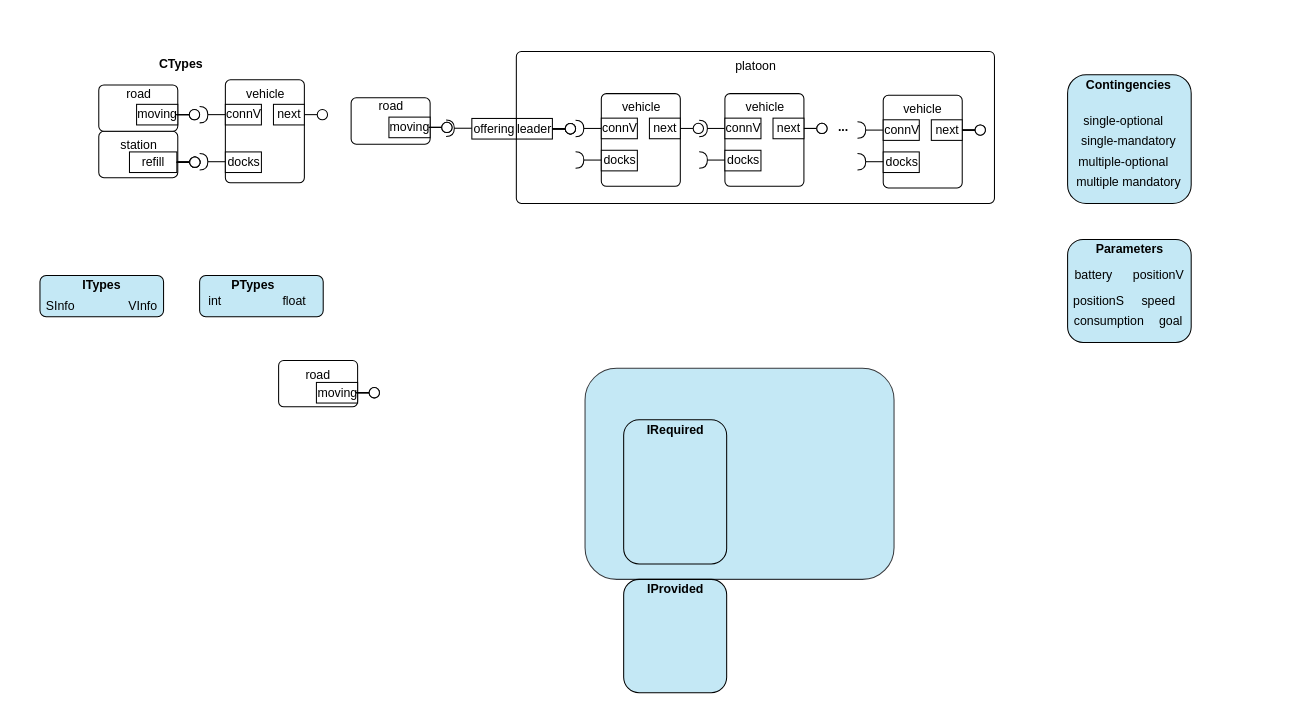
Before: rel.drawio in jpgros/site-web, a draw.io diagram. Source tidied: cells renumbered, new cells numbered last; positions are measured from the earlier drawing's top-left corner, leaving out a move shared by most shapes. Both pictures are drawn from the tidied source at 103%, with x=0, y=0 at pixel (39, 50).
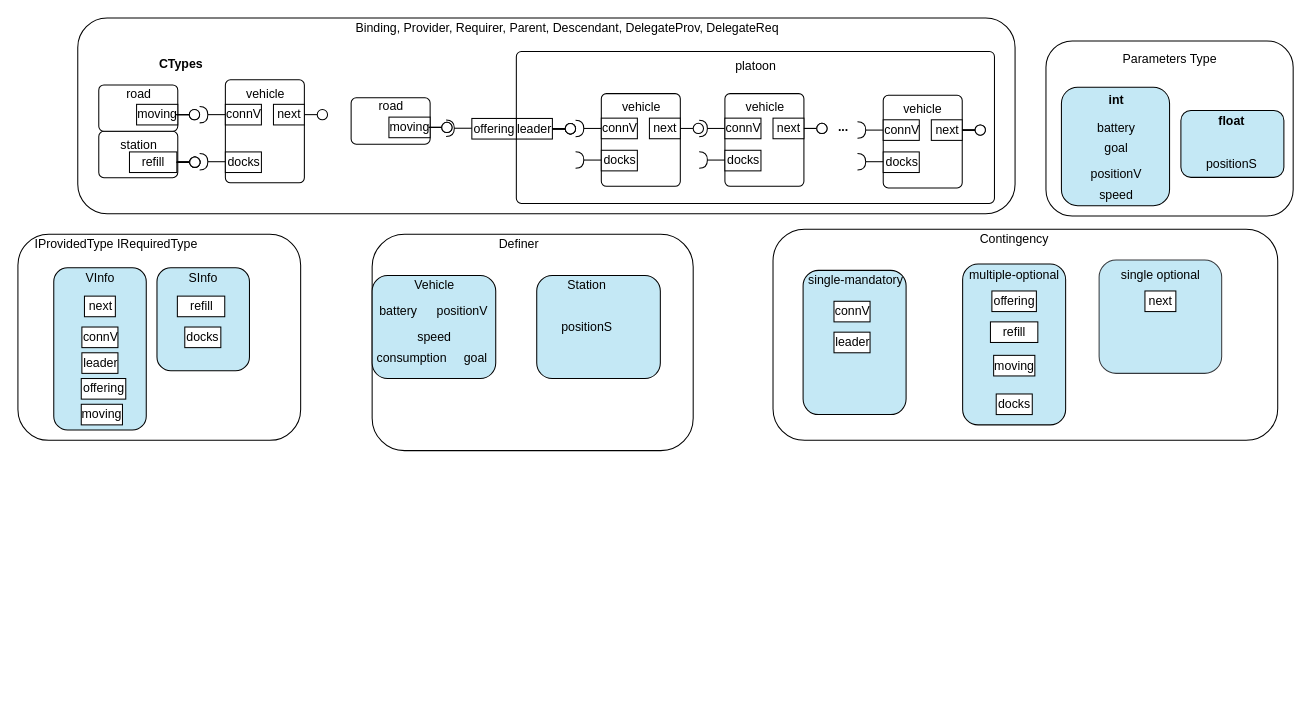
The same page after the edit.

What changed in the source:
```diff
@@
+    <mxCell id="127" style="rounded=1;whiteSpace=wrap;html=1;" parent="1" vertex="1">
+      <mxGeometry x="37" y="-32" width="910" height="190" as="geometry" />
+    </mxCell>
+    <mxCell id="128" style="rounded=1;whiteSpace=wrap;html=1;" parent="1" vertex="1">
+      <mxGeometry x="977" y="-9.8" width="240" height="170" as="geometry" />
+    </mxCell>
+    <mxCell id="129" style="rounded=1;whiteSpace=wrap;html=1;" parent="1" vertex="1">
+      <mxGeometry x="322.8" y="178" width="311.7" height="210" as="geometry" />
+    </mxCell>
+    <mxCell id="130" style="rounded=1;whiteSpace=wrap;html=1;" parent="1" vertex="1">
+      <mxGeometry x="712" y="173" width="490" height="205" as="geometry" />
+    </mxCell>
@@
     <mxCell id="6" style="rounded=1;whiteSpace=wrap;html=1;fillColor=#C4E8F5;" parent="1" vertex="1">
-      <mxGeometry x="155.3" y="218" width="120" height="40" as="geometry" />
+      <mxGeometry x="992" y="35.2" width="105" height="115" as="geometry" />
     </mxCell>
-    <mxCell id="7" style="rounded=1;whiteSpace=wrap;html=1;fillColor=#C4E8F5;" parent="1" vertex="1">
-      <mxGeometry x="0.3" y="218" width="120" height="40" as="geometry" />
-    </mxCell>
     <mxCell id="8" style="rounded=1;whiteSpace=wrap;html=1;fillColor=#C4E8F5;" parent="1" vertex="1">
-      <mxGeometry x="998" y="183" width="120" height="100" as="geometry" />
+      <mxGeometry x="322.8" y="218" width="120" height="100" as="geometry" />
     </mxCell>
-    <mxCell id="9" style="rounded=1;whiteSpace=wrap;html=1;fillColor=#C4E8F5;" parent="1" vertex="1">
-      <mxGeometry x="998" y="23" width="120" height="125" as="geometry" />
-    </mxCell>
     <mxCell id="10" style="rounded=1;whiteSpace=wrap;html=1;strokeColor=#36393d;fillColor=#C4E8F5;" parent="1" vertex="1">
-      <mxGeometry x="529.5" y="308" width="300" height="205" as="geometry" />
+      <mxGeometry x="1028.6" y="203" width="119" height="110" as="geometry" />
     </mxCell>
@@
-    <mxCell id="55" value="single-optional" style="text;html=1;align=center;verticalAlign=middle;" parent="1" vertex="1">
-      <mxGeometry x="1007" y="58" width="90" height="20" as="geometry" />
-    </mxCell>
-    <mxCell id="56" value="single-mandatory" style="text;html=1;align=center;verticalAlign=middle;" parent="1" vertex="1">
-      <mxGeometry x="1002" y="78" width="110" height="20" as="geometry" />
-    </mxCell>
-    <mxCell id="57" value="multiple-optional" style="text;html=1;align=center;verticalAlign=middle;" parent="1" vertex="1">
-      <mxGeometry x="1002" y="98" width="100" height="20" as="geometry" />
-    </mxCell>
-    <mxCell id="58" value="multiple mandatory" style="text;html=1;align=center;verticalAlign=middle;" parent="1" vertex="1">
-      <mxGeometry x="997" y="118" width="120" height="20" as="geometry" />
-    </mxCell>
-    <mxCell id="59" value="VInfo" style="text;html=1;align=center;verticalAlign=middle;" parent="1" vertex="1">
-      <mxGeometry x="80.3" y="238" width="40" height="20" as="geometry" />
-    </mxCell>
-    <mxCell id="60" value="SInfo" style="text;html=1;align=center;verticalAlign=middle;" parent="1" vertex="1">
-      <mxGeometry x="0.3" y="238" width="40" height="20" as="geometry" />
-    </mxCell>
-    <mxCell id="61" value="int" style="text;html=1;align=center;verticalAlign=middle;" parent="1" vertex="1">
-      <mxGeometry x="155.3" y="233" width="30" height="20" as="geometry" />
+    <mxCell id="61" value="&lt;b&gt;int&lt;/b&gt;" style="text;html=1;align=center;verticalAlign=middle;" parent="1" vertex="1">
+      <mxGeometry x="1029.5" y="37.7" width="30" height="20" as="geometry" />
     </mxCell>
-    <mxCell id="62" value="float" style="text;html=1;align=center;verticalAlign=middle;" parent="1" vertex="1">
-      <mxGeometry x="227" y="233" width="40" height="20" as="geometry" />
-    </mxCell>
     <mxCell id="63" value="battery" style="text;html=1;align=center;verticalAlign=middle;" parent="1" vertex="1">
-      <mxGeometry x="998" y="208" width="50" height="20" as="geometry" />
+      <mxGeometry x="322.8" y="243" width="50" height="20" as="geometry" />
     </mxCell>
-    <mxCell id="64" value="positionS" style="text;html=1;align=center;verticalAlign=middle;" parent="1" vertex="1">
-      <mxGeometry x="998" y="233" width="60" height="20" as="geometry" />
-    </mxCell>
     <mxCell id="65" value="positionV" style="text;html=1;align=center;verticalAlign=middle;" parent="1" vertex="1">
-      <mxGeometry x="1056" y="208" width="60" height="20" as="geometry" />
+      <mxGeometry x="1014.5" y="110.2" width="60" height="20" as="geometry" />
     </mxCell>
     <mxCell id="66" value="speed" style="text;html=1;align=center;verticalAlign=middle;" parent="1" vertex="1">
-      <mxGeometry x="1061" y="233" width="50" height="20" as="geometry" />
+      <mxGeometry x="357.8" y="268" width="50" height="20" as="geometry" />
     </mxCell>
     <mxCell id="67" value="goal" style="text;html=1;align=center;verticalAlign=middle;" parent="1" vertex="1">
-      <mxGeometry x="1078" y="253" width="40" height="20" as="geometry" />
+      <mxGeometry x="402.8" y="288" width="40" height="20" as="geometry" />
     </mxCell>
     <mxCell id="68" value="consumption" style="text;html=1;align=center;verticalAlign=middle;" parent="1" vertex="1">
-      <mxGeometry x="998" y="253" width="80" height="20" as="geometry" />
+      <mxGeometry x="320.9" y="288" width="80" height="20" as="geometry" />
     </mxCell>
@@
-    <mxCell id="70" value="&lt;b&gt;Contingencies&lt;/b&gt;" style="text;html=1;align=center;verticalAlign=middle;" parent="1" vertex="1">
-      <mxGeometry x="1007" y="23" width="100" height="20" as="geometry" />
-    </mxCell>
-    <mxCell id="71" value="&lt;b&gt;Parameters&lt;/b&gt;" style="text;html=1;align=center;verticalAlign=middle;" parent="1" vertex="1">
-      <mxGeometry x="1018" y="183" width="80" height="20" as="geometry" />
+    <mxCell id="71" value="Vehicle" style="text;html=1;align=center;verticalAlign=middle;" parent="1" vertex="1">
+      <mxGeometry x="357.8" y="218" width="50" height="20" as="geometry" />
     </mxCell>
-    <mxCell id="72" value="&lt;b&gt;ITypes&lt;/b&gt;" style="text;html=1;align=center;verticalAlign=middle;" parent="1" vertex="1">
-      <mxGeometry x="35.3" y="218" width="50" height="20" as="geometry" />
-    </mxCell>
-    <mxCell id="73" value="&lt;b&gt;PTypes&lt;/b&gt;" style="text;html=1;align=center;verticalAlign=middle;" parent="1" vertex="1">
-      <mxGeometry x="177" y="218" width="60" height="20" as="geometry" />
-    </mxCell>
     <mxCell id="74" style="rounded=1;whiteSpace=wrap;html=1;fillColor=#C4E8F5;" parent="1" vertex="1">
-      <mxGeometry x="567" y="513" width="100" height="110" as="geometry" />
+      <mxGeometry x="896.1" y="206.8" width="100" height="156.2" as="geometry" />
     </mxCell>
     <mxCell id="75" style="rounded=1;whiteSpace=wrap;html=1;fillColor=#C4E8F5;" parent="1" vertex="1">
-      <mxGeometry x="567" y="358" width="100" height="140" as="geometry" />
+      <mxGeometry x="741.2" y="213" width="100" height="140" as="geometry" />
     </mxCell>
-    <mxCell id="76" value="&lt;b&gt;IRequired&lt;/b&gt;" style="text;html=1;align=center;verticalAlign=middle;" parent="1" vertex="1">
-      <mxGeometry x="582" y="358" width="70" height="20" as="geometry" />
+    <mxCell id="76" value="single-mandatory" style="text;html=1;align=center;verticalAlign=middle;" parent="1" vertex="1">
+      <mxGeometry x="737" y="213" width="110" height="20" as="geometry" />
     </mxCell>
-    <mxCell id="77" value="&lt;b&gt;IProvided&lt;/b&gt;" style="text;html=1;align=center;verticalAlign=middle;" parent="1" vertex="1">
-      <mxGeometry x="582" y="513" width="70" height="20" as="geometry" />
+    <mxCell id="77" value="multiple-optional" style="text;html=1;align=center;verticalAlign=middle;" parent="1" vertex="1">
+      <mxGeometry x="896.2" y="208" width="100" height="20" as="geometry" />
     </mxCell>
-    <mxCell id="78" value="road" style="html=1;align=center;verticalAlign=top;rounded=1;absoluteArcSize=1;arcSize=10;dashed=0;" parent="1" vertex="1">
-      <mxGeometry x="232" y="300.5" width="76.7" height="45" as="geometry" />
-    </mxCell>
@@
-    <mxCell id="83" value="moving" style="html=1;" parent="1" vertex="1">
-      <mxGeometry x="268.7" y="321.8" width="40" height="20" as="geometry" />
-    </mxCell>
@@
-    <mxCell id="86" style="rounded=0;jettySize=auto;html=1;endArrow=none;endFill=0;exitX=1;exitY=0.5;exitDx=0;exitDy=0;" parent="1" edge="1" target="87">
-      <mxGeometry relative="1" as="geometry">
-        <mxPoint x="307.4" y="331.8" as="sourcePoint" />
-      </mxGeometry>
-    </mxCell>
-    <mxCell id="87" style="ellipse;whiteSpace=wrap;html=1;fontFamily=Helvetica;fontSize=12;fontColor=#000000;align=center;strokeColor=#000000;fillColor=#ffffff;points=[];" parent="1" vertex="1">
-      <mxGeometry x="319.9" y="326.8" width="10" height="10" as="geometry" />
-    </mxCell>
-    <mxCell id="88" style="rounded=0;orthogonalLoop=1;jettySize=auto;html=1;endArrow=none;endFill=0;exitX=1;exitY=0.5;exitDx=0;exitDy=0;" parent="1" edge="1">
-      <mxGeometry relative="1" as="geometry">
-        <mxPoint x="307.4" y="331.8" as="sourcePoint" />
-        <mxPoint x="319.9" y="331.8" as="targetPoint" />
-      </mxGeometry>
-    </mxCell>
-    <mxCell id="89" style="rounded=0;jettySize=auto;html=1;endArrow=none;endFill=0;exitX=1;exitY=0.5;exitDx=0;exitDy=0;" parent="1" edge="1" target="90">
-      <mxGeometry relative="1" as="geometry">
-        <mxPoint x="307.4" y="331.8" as="sourcePoint" />
-      </mxGeometry>
-    </mxCell>
-    <mxCell id="90" style="ellipse;whiteSpace=wrap;html=1;fontFamily=Helvetica;fontSize=12;fontColor=#000000;align=center;strokeColor=#000000;fillColor=#ffffff;points=[];" parent="1" vertex="1">
-      <mxGeometry x="319.9" y="326.8" width="10" height="10" as="geometry" />
-    </mxCell>
-    <mxCell id="91" style="rounded=0;orthogonalLoop=1;jettySize=auto;html=1;endArrow=none;endFill=0;exitX=1;exitY=0.5;exitDx=0;exitDy=0;" parent="1" edge="1">
-      <mxGeometry relative="1" as="geometry">
-        <mxPoint x="307.4" y="331.8" as="sourcePoint" />
-        <mxPoint x="319.9" y="331.8" as="targetPoint" />
-      </mxGeometry>
-    </mxCell>
@@
+    <mxCell id="131" value="connV" style="html=1;" parent="1" vertex="1">
+      <mxGeometry x="771.2" y="243" width="35" height="20" as="geometry" />
+    </mxCell>
+    <mxCell id="132" value="offering" style="html=1;" parent="1" vertex="1">
+      <mxGeometry x="924.5" y="233" width="43.2" height="20" as="geometry" />
+    </mxCell>
+    <mxCell id="133" value="refill" style="html=1;" parent="1" vertex="1">
+      <mxGeometry x="923.1" y="263" width="46" height="20" as="geometry" />
+    </mxCell>
+    <mxCell id="134" value="moving" style="html=1;" parent="1" vertex="1">
+      <mxGeometry x="926.2" y="295.5" width="40" height="20" as="geometry" />
+    </mxCell>
+    <mxCell id="135" value="single optional" style="text;html=1;align=center;verticalAlign=middle;" parent="1" vertex="1">
+      <mxGeometry x="1043.1" y="208" width="90" height="20" as="geometry" />
+    </mxCell>
+    <mxCell id="136" value="next" style="html=1;" parent="1" vertex="1">
+      <mxGeometry x="1073.1" y="233" width="30" height="20" as="geometry" />
+    </mxCell>
+    <mxCell id="137" value="leader" style="html=1;" parent="1" vertex="1">
+      <mxGeometry x="771.2" y="273" width="35" height="20" as="geometry" />
+    </mxCell>
+    <mxCell id="138" value="docks" style="html=1;" parent="1" vertex="1">
+      <mxGeometry x="928.7" y="333" width="35" height="20" as="geometry" />
+    </mxCell>
+    <mxCell id="139" value="Contingency" style="text;html=1;align=center;verticalAlign=middle;" parent="1" vertex="1">
+      <mxGeometry x="906.1" y="173" width="80" height="20" as="geometry" />
+    </mxCell>
+    <mxCell id="140" value="Definer" style="text;html=1;align=center;verticalAlign=middle;" parent="1" vertex="1">
+      <mxGeometry x="440.1" y="178" width="50" height="20" as="geometry" />
+    </mxCell>
+    <mxCell id="141" style="rounded=1;whiteSpace=wrap;html=1;fillColor=#C4E8F5;" parent="1" vertex="1">
+      <mxGeometry x="482.6" y="218" width="120" height="100" as="geometry" />
+    </mxCell>
+    <mxCell id="142" value="Station" style="text;html=1;align=center;verticalAlign=middle;" parent="1" vertex="1">
+      <mxGeometry x="506.3" y="218" width="50" height="20" as="geometry" />
+    </mxCell>
+    <mxCell id="64" value="positionS" style="text;html=1;align=center;verticalAlign=middle;" parent="1" vertex="1">
+      <mxGeometry x="501.3" y="258" width="60" height="20" as="geometry" />
+    </mxCell>
+    <mxCell id="143" value="Parameters Type" style="text;html=1;align=center;verticalAlign=middle;" parent="1" vertex="1">
+      <mxGeometry x="1042" y="-2.3" width="110" height="20" as="geometry" />
+    </mxCell>
+    <mxCell id="144" style="rounded=1;whiteSpace=wrap;html=1;fillColor=#C4E8F5;" parent="1" vertex="1">
+      <mxGeometry x="1108" y="57.7" width="100" height="65" as="geometry" />
+    </mxCell>
+    <mxCell id="62" value="&lt;b&gt;float&lt;/b&gt;" style="text;html=1;align=center;verticalAlign=middle;" parent="1" vertex="1">
+      <mxGeometry x="1137" y="57.7" width="40" height="20" as="geometry" />
+    </mxCell>
+    <mxCell id="145" value="battery" style="text;html=1;align=center;verticalAlign=middle;" parent="1" vertex="1">
+      <mxGeometry x="1019.5" y="65.2" width="50" height="20" as="geometry" />
+    </mxCell>
+    <mxCell id="146" value="positionS" style="text;html=1;align=center;verticalAlign=middle;" parent="1" vertex="1">
+      <mxGeometry x="1127" y="100.2" width="60" height="20" as="geometry" />
+    </mxCell>
+    <mxCell id="147" value="goal" style="text;html=1;align=center;verticalAlign=middle;" parent="1" vertex="1">
+      <mxGeometry x="1024.5" y="85.2" width="40" height="20" as="geometry" />
+    </mxCell>
+    <mxCell id="148" value="positionV" style="text;html=1;align=center;verticalAlign=middle;" parent="1" vertex="1">
+      <mxGeometry x="380.1" y="243" width="60" height="20" as="geometry" />
+    </mxCell>
+    <mxCell id="149" value="speed" style="text;html=1;align=center;verticalAlign=middle;" parent="1" vertex="1">
+      <mxGeometry x="1019.5" y="130.2" width="50" height="20" as="geometry" />
+    </mxCell>
+    <mxCell id="150" style="rounded=1;whiteSpace=wrap;html=1;" parent="1" vertex="1">
+      <mxGeometry x="-21.1" y="178" width="274.5" height="200" as="geometry" />
+    </mxCell>
+    <mxCell id="151" value="IProvidedType IRequiredType" style="text;html=1;align=center;verticalAlign=middle;" parent="1" vertex="1">
+      <mxGeometry x="-11.3" y="178" width="170" height="20" as="geometry" />
+    </mxCell>
+    <mxCell id="152" style="rounded=1;whiteSpace=wrap;html=1;fillColor=#C4E8F5;" parent="1" vertex="1">
+      <mxGeometry x="13.7" y="210.5" width="89.8" height="157.5" as="geometry" />
+    </mxCell>
+    <mxCell id="59" value="VInfo" style="text;html=1;strokeColor=none;fillColor=none;align=center;verticalAlign=middle;whiteSpace=wrap;rounded=0;" parent="1" vertex="1">
+      <mxGeometry x="38.5" y="210.5" width="40" height="20" as="geometry" />
+    </mxCell>
+    <mxCell id="153" style="rounded=1;whiteSpace=wrap;html=1;fillColor=#C4E8F5;" parent="1" vertex="1">
+      <mxGeometry x="113.9" y="210.5" width="89.8" height="100" as="geometry" />
+    </mxCell>
+    <mxCell id="60" value="SInfo" style="text;html=1;strokeColor=none;fillColor=none;align=center;verticalAlign=middle;whiteSpace=wrap;rounded=0;" parent="1" vertex="1">
+      <mxGeometry x="138.8" y="210.5" width="40" height="20" as="geometry" />
+    </mxCell>
+    <mxCell id="154" value="refill" style="html=1;" parent="1" vertex="1">
+      <mxGeometry x="133.7" y="238" width="46" height="20" as="geometry" />
+    </mxCell>
+    <mxCell id="155" value="docks" style="html=1;" parent="1" vertex="1">
+      <mxGeometry x="140.9" y="268" width="35" height="20" as="geometry" />
+    </mxCell>
+    <mxCell id="156" value="next" style="html=1;" parent="1" vertex="1">
+      <mxGeometry x="43.5" y="238" width="30" height="20" as="geometry" />
+    </mxCell>
+    <mxCell id="157" value="connV" style="html=1;" parent="1" vertex="1">
+      <mxGeometry x="41" y="268" width="35" height="20" as="geometry" />
+    </mxCell>
+    <mxCell id="158" value="leader" style="html=1;" parent="1" vertex="1">
+      <mxGeometry x="41" y="293" width="35" height="20" as="geometry" />
+    </mxCell>
+    <mxCell id="159" value="offering" style="html=1;" parent="1" vertex="1">
+      <mxGeometry x="40.4" y="318" width="43.2" height="20" as="geometry" />
+    </mxCell>
+    <mxCell id="160" value="moving" style="html=1;" parent="1" vertex="1">
+      <mxGeometry x="40.4" y="343" width="40" height="20" as="geometry" />
+    </mxCell>
+    <mxCell id="161" value="Binding, Provider, Requirer, Parent, Descendant, DelegateProv, DelegateReq" style="text;html=1;align=center;verticalAlign=middle;" parent="1" vertex="1">
+      <mxGeometry x="297" y="-32" width="430" height="20" as="geometry" />
+    </mxCell>
```
